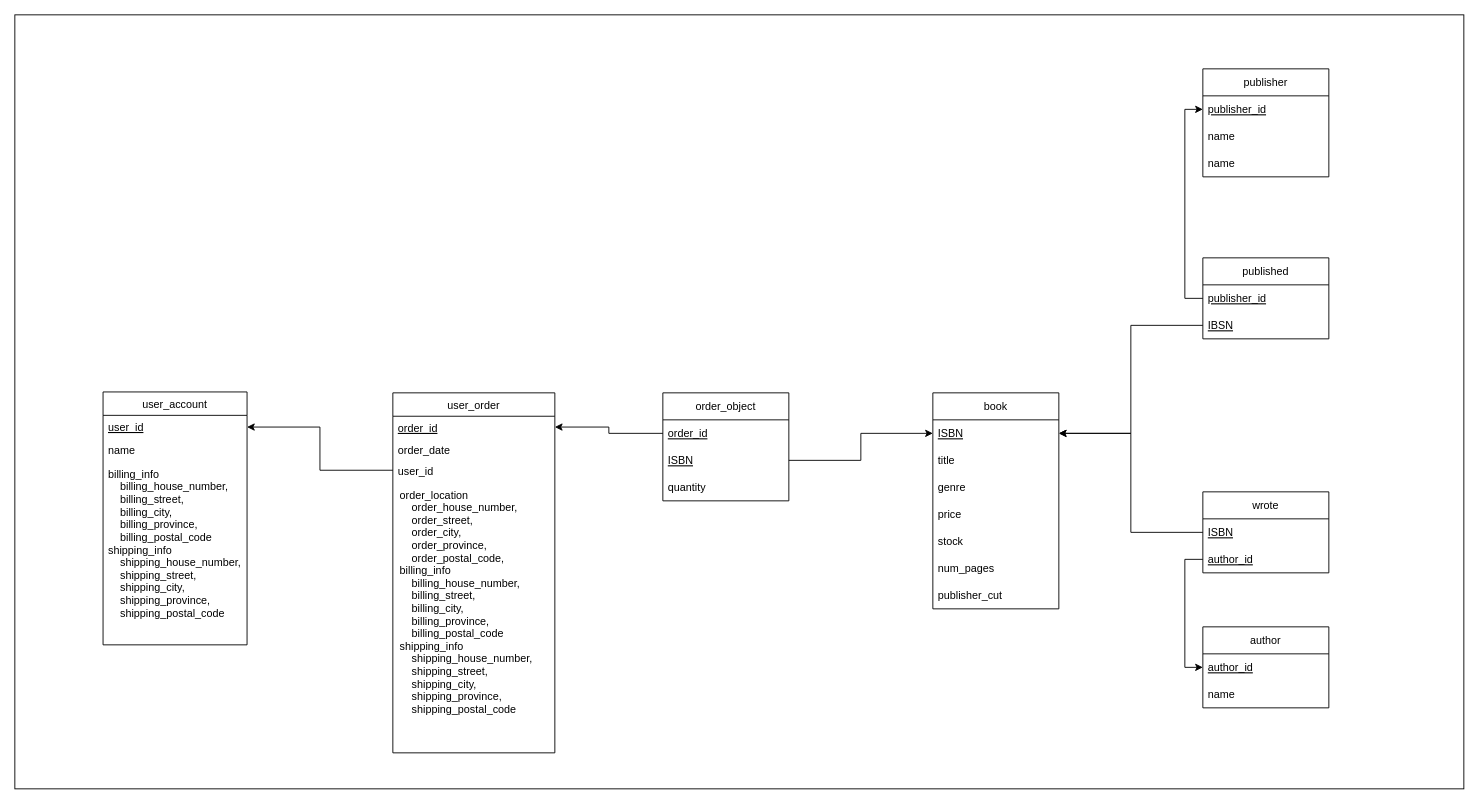
Owen-Allen/-bookstore keeps this draw.io diagram as sql/Relation_Schema.drawio. Above is the earlier version. Source tidied: cells renumbered, new cells numbered last; positions are measured from the earlier drawing's top-left corner, leaving out a move shared by most shapes. Both pictures are drawn from the tidied source at 90%, with x=0, y=0 at pixel (14, 14).
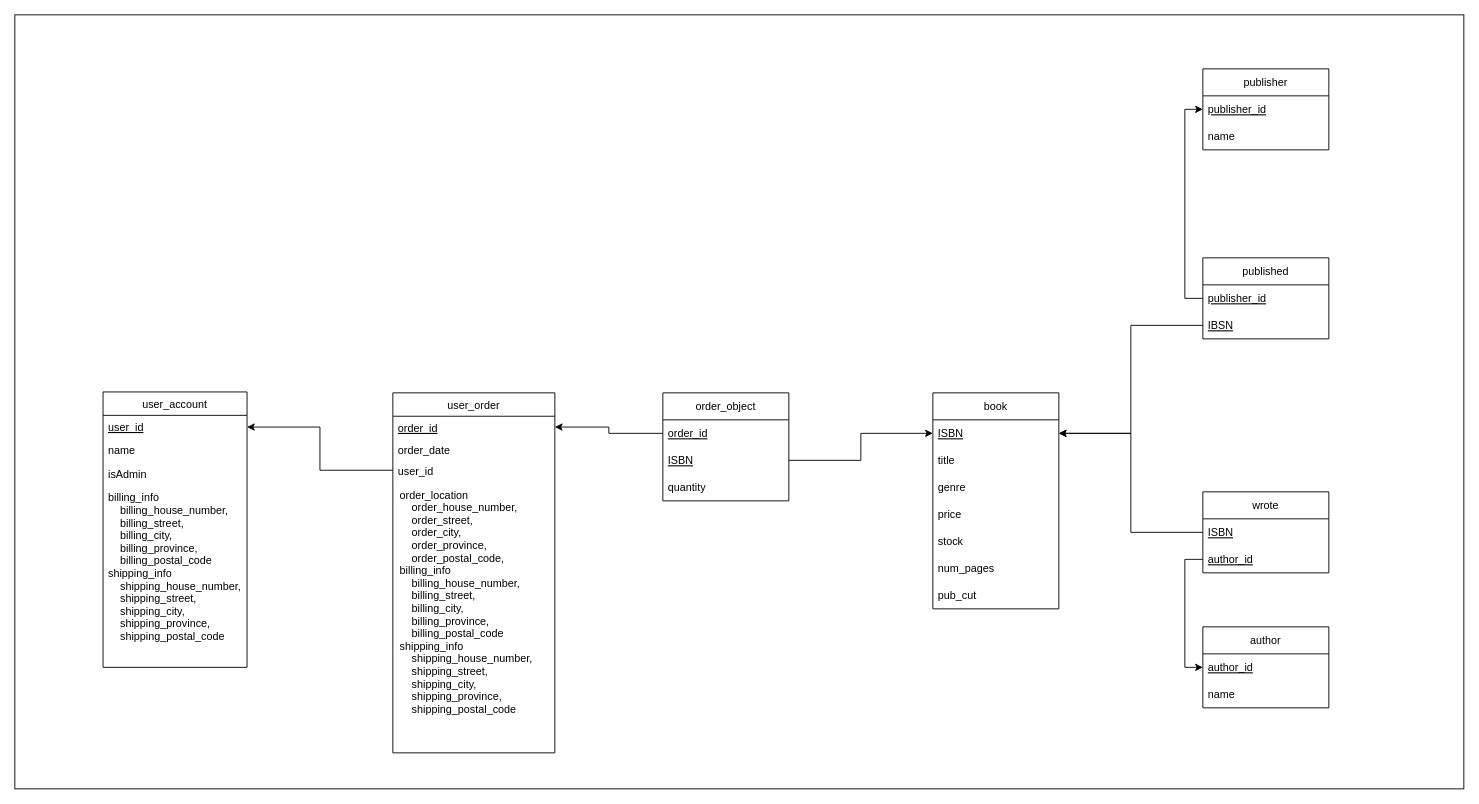
After the change.

Commit message (it also covers changes not shown here):
Change to DB, added publisher payment functions

Unchanged cells that the change refers to:
```xml
<mxCell id="17" value="book" style="swimlane;fontStyle=0;horizontal=1;startSize=30;" parent="1" vertex="1">
  <mxGeometry x="1020" y="420" width="140" height="240" as="geometry" />
</mxCell>
```

What changed in the source:
```diff
@@
     <mxCell id="3" value="user_account" style="swimlane;fontStyle=0;align=center;verticalAlign=top;horizontal=1;startSize=26;rounded=0;shadow=0;strokeWidth=1;" parent="1" vertex="1">
-      <mxGeometry x="98" y="419" width="160" height="281" as="geometry" />
+      <mxGeometry x="98" y="419" width="160" height="306" as="geometry" />
     </mxCell>
@@
+    <mxCell id="44" value="isAdmin" style="text;align=left;verticalAlign=top;spacingLeft=4;spacingRight=4;overflow=hidden;rounded=0;shadow=0;html=0;" parent="3" vertex="1">
+      <mxGeometry y="78" width="160" height="26" as="geometry" />
+    </mxCell>
     <mxCell id="6" value="billing_info&#10;    billing_house_number,&#10;    billing_street,&#10;    billing_city,&#10;    billing_province,&#10;    billing_postal_code&#10;shipping_info&#10;    shipping_house_number,&#10;    shipping_street,&#10;    shipping_city,&#10;    shipping_province,&#10;    shipping_postal_code" style="text;align=left;verticalAlign=top;spacingLeft=4;spacingRight=4;overflow=hidden;rounded=0;shadow=0;html=0;" parent="3" vertex="1">
-      <mxGeometry y="78" width="160" height="202" as="geometry" />
+      <mxGeometry y="104" width="160" height="202" as="geometry" />
     </mxCell>
@@
-    <mxCell id="24" value="publisher_cut" style="text;strokeColor=none;fillColor=none;align=left;verticalAlign=middle;spacingLeft=4;spacingRight=4;overflow=hidden;" parent="17" vertex="1">
+    <mxCell id="24" value="pub_cut" style="text;strokeColor=none;fillColor=none;align=left;verticalAlign=middle;spacingLeft=4;spacingRight=4;overflow=hidden;" parent="17" vertex="1">
       <mxGeometry y="210" width="140" height="30" as="geometry" />
     </mxCell>
@@
     <mxCell id="37" value="publisher" style="swimlane;fontStyle=0;horizontal=1;startSize=30;fillColor=#FFFFFF;" parent="1" vertex="1">
-      <mxGeometry x="1320" y="60" width="140" height="120" as="geometry" />
+      <mxGeometry x="1320" y="60" width="140" height="90" as="geometry" />
     </mxCell>
@@
-    <mxCell id="40" value="name" style="text;strokeColor=none;fillColor=none;align=left;verticalAlign=middle;spacingLeft=4;spacingRight=4;overflow=hidden;" parent="37" vertex="1">
-      <mxGeometry y="90" width="140" height="30" as="geometry" />
-    </mxCell>
```
